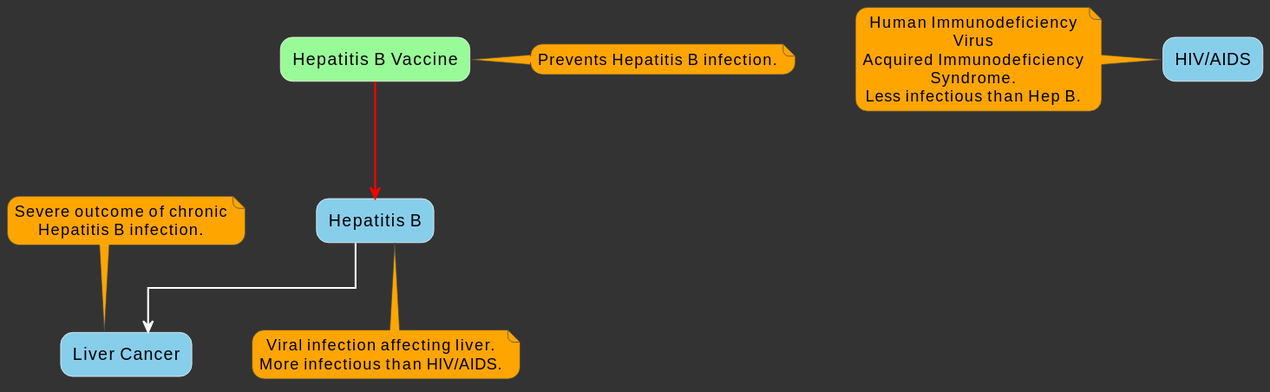
Earlier version of the PlantUML export tele_1.svg (bolibazaar/upsc_sol_assets).
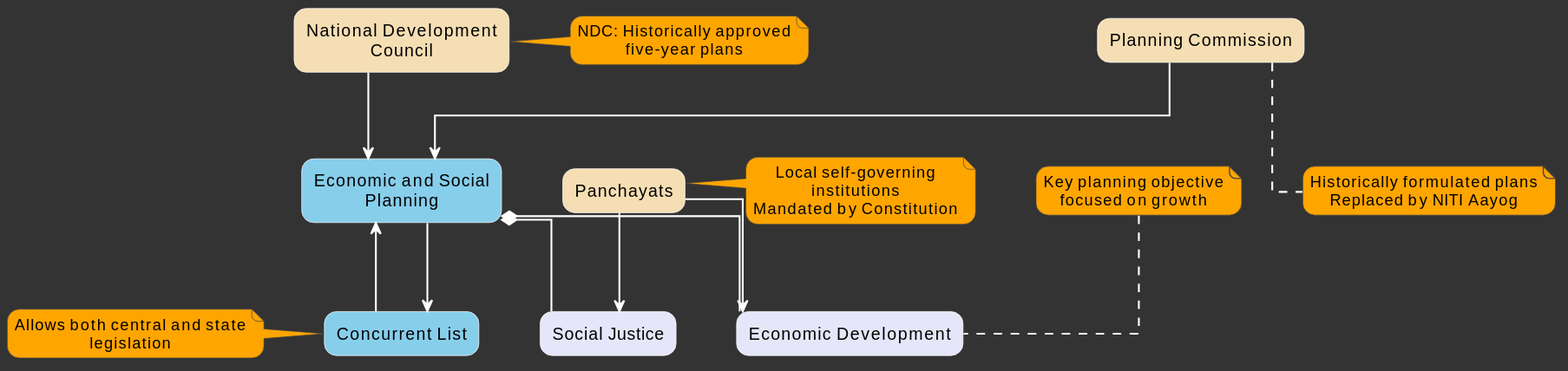
The same file after the commit.

Change to the diagram source:
```diff
@@ -20,32 +20,44 @@
 skinparam rectangleFontColor black
 skinparam rectangleBorderColor white
 
-rectangle "Hepatitis B" #87CEEB
-rectangle "HIV/AIDS" #87CEEB
-rectangle "Liver Cancer" #87CEEB
+rectangle "National Development Council" #F5DEB3
+rectangle "Planning Commission" #F5DEB3
+rectangle "Panchayats" #F5DEB3
 
-rectangle "Hepatitis B Vaccine" #98FB98
+rectangle "Economic and Social Planning" #87CEEB
+rectangle "Concurrent List" #87CEEB
 
-"Hepatitis B" --> "Liver Cancer"
-"Hepatitis B Vaccine" -[#red]-> "Hepatitis B"
+rectangle "Economic Development" #E6E6FA
+rectangle "Social Justice" #E6E6FA
 
-note right of "Hepatitis B Vaccine"
-  Prevents Hepatitis B infection.
+"Planning Commission" --> "Economic and Social Planning"
+"National Development Council" --> "Economic and Social Planning"
+"Economic and Social Planning" --> "Concurrent List"
+"Concurrent List" ==> "Economic and Social Planning"
+"Panchayats" --> "Economic Development"
+"Panchayats" --> "Social Justice"
+"Economic and Social Planning" *-- "Economic Development"
+"Economic and Social Planning" *-- "Social Justice"
+
+note right of "National Development Council"
+  NDC: Historically approved five-year plans
 end note
 
-note bottom of "Hepatitis B"
-  Viral infection affecting liver.
-  More infectious than HIV/AIDS.
+note bottom of "Planning Commission"
+  Historically formulated plans
+  Replaced by NITI Aayog
 end note
 
-note left of "HIV/AIDS"
-  Human Immunodeficiency Virus
-  Acquired Immunodeficiency Syndrome.
-  Less infectious than Hep B.
+note left of "Concurrent List"
+  Allows both central and state legislation
 end note
 
-note top of "Liver Cancer"
-  Severe outcome of chronic
-  Hepatitis B infection.
+note top of "Economic Development"
+  Key planning objective focused on growth
+end note
+
+note right of "Panchayats"
+  Local self-governing institutions
+  Mandated by Constitution
 end note
 @enduml
```
